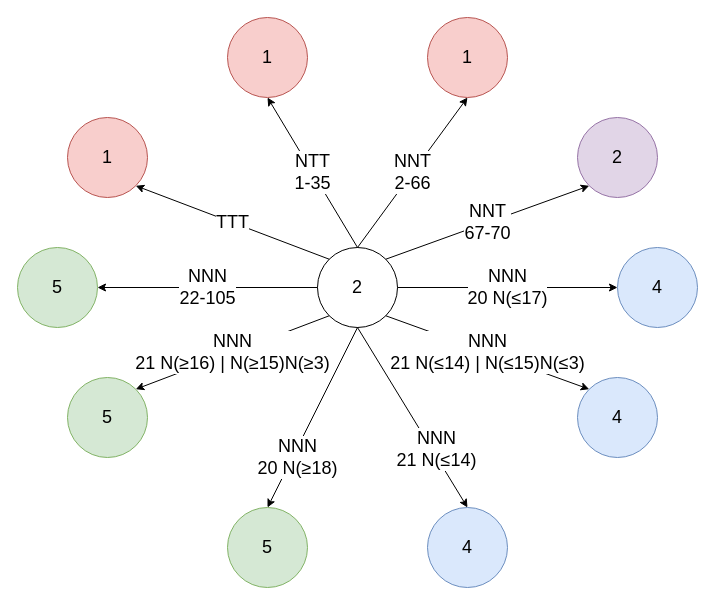
A-mit-Patel/PhD keeps this draw.io diagram as Thesis/Figures/TITE-DTP-cohort3Node.drawio. Above is the earlier version. Source tidied: cells renumbered, new cells numbered last; positions are measured from the earlier drawing's top-left corner, leaving out a move shared by most shapes. Both pictures are drawn from the tidied source at 100%, with x=0, y=0 at pixel (17, 17).
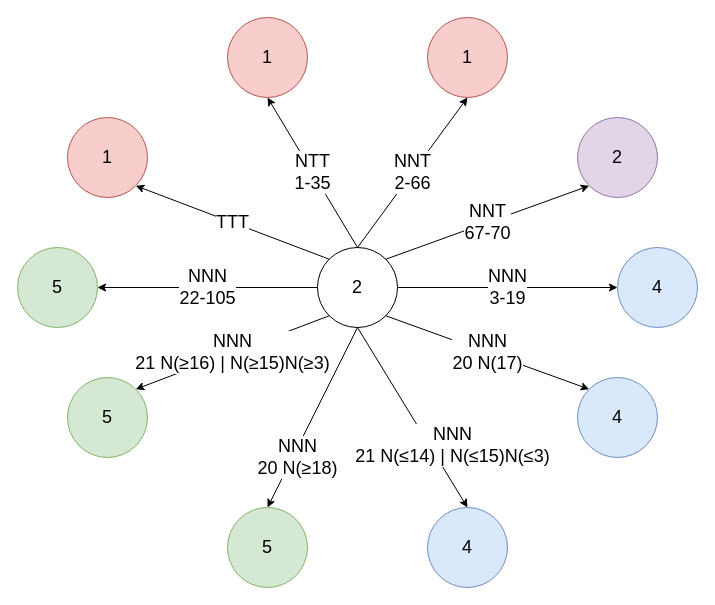
After the change.

The change refers to these unchanged cells:
```xml
<mxCell id="2" value="2" style="ellipse;whiteSpace=wrap;html=1;fontSize=18;" parent="1" vertex="1">
  <mxGeometry x="300" y="230" width="80" height="80" as="geometry" />
</mxCell>
<mxCell id="5" value="4" style="ellipse;whiteSpace=wrap;html=1;fontSize=18;fillColor=#dae8fc;strokeColor=#6c8ebf;" parent="1" vertex="1">
  <mxGeometry x="600" y="230" width="80" height="80" as="geometry" />
</mxCell>
<mxCell id="7" value="4" style="ellipse;whiteSpace=wrap;html=1;fontSize=18;fillColor=#dae8fc;strokeColor=#6c8ebf;" parent="1" vertex="1">
  <mxGeometry x="410" y="490" width="80" height="80" as="geometry" />
</mxCell>
<mxCell id="21" value="4" style="ellipse;whiteSpace=wrap;html=1;fontSize=18;fillColor=#dae8fc;strokeColor=#6c8ebf;" parent="1" vertex="1">
  <mxGeometry x="560" y="360" width="80" height="80" as="geometry" />
</mxCell>
```

The edit, as a diff of the source:
```diff
@@
-    <mxCell id="14" value="NNN&lt;br style=&quot;font-size: 18px;&quot;&gt;20 N(≤17)" style="endArrow=classic;html=1;rounded=0;entryX=0;entryY=0.5;entryDx=0;entryDy=0;exitX=1;exitY=0.5;exitDx=0;exitDy=0;fontSize=18;" parent="1" edge="1" source="2" target="5">
+    <mxCell id="14" value="NNN&lt;br style=&quot;font-size: 18px;&quot;&gt;3-19" style="endArrow=classic;html=1;rounded=0;entryX=0;entryY=0.5;entryDx=0;entryDy=0;exitX=1;exitY=0.5;exitDx=0;exitDy=0;fontSize=18;" parent="1" edge="1" source="2" target="5">
       <mxGeometry relative="1" as="geometry" />
     </mxCell>
-    <mxCell id="15" value="NNN&lt;br style=&quot;font-size: 18px;&quot;&gt;21 N(≤14)" style="endArrow=classic;html=1;rounded=0;entryX=0.5;entryY=0;entryDx=0;entryDy=0;exitX=0.5;exitY=1;exitDx=0;exitDy=0;fontSize=18;" parent="1" edge="1" source="2" target="7">
-      <mxGeometry x="0.37" y="4" relative="1" as="geometry" />
+    <mxCell id="15" value="&lt;div&gt;NNN&lt;/div&gt;&lt;div&gt;21 N(≤14) | N(≤15)N(≤3)&lt;/div&gt;" style="endArrow=classic;html=1;rounded=0;entryX=0.5;entryY=0;entryDx=0;entryDy=0;exitX=0.5;exitY=1;exitDx=0;exitDy=0;fontSize=18;" parent="1" edge="1" source="2" target="7">
+      <mxGeometry x="0.42" y="20" relative="1" as="geometry" />
     </mxCell>
@@
-    <mxCell id="22" value="NNN&lt;br style=&quot;font-size: 18px;&quot;&gt;21 N(≤14) | N(≤15)N(≤3)" style="endArrow=classic;html=1;rounded=0;entryX=0;entryY=0;entryDx=0;entryDy=0;exitX=1;exitY=1;exitDx=0;exitDy=0;fontSize=18;" parent="1" edge="1" source="2" target="21">
+    <mxCell id="22" value="&lt;div&gt;NNN&lt;/div&gt;&lt;div&gt;20 N(17)&lt;br&gt;&lt;/div&gt;" style="endArrow=classic;html=1;rounded=0;entryX=0;entryY=0;entryDx=0;entryDy=0;exitX=1;exitY=1;exitDx=0;exitDy=0;fontSize=18;" parent="1" edge="1" source="2" target="21">
       <mxGeometry relative="1" as="geometry" />
     </mxCell>
```
